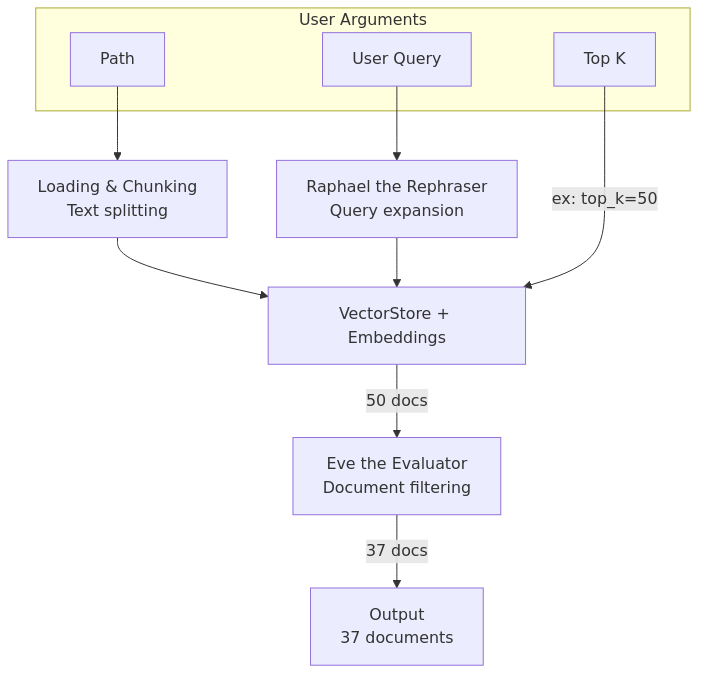
The Mermaid diagram images/diagram_search.png in thiswillbeyourgithub/wdoc, before a commit. Its source is kept beside it as images/diagram_search.mmd. Its diagram source:
```mermaid
flowchart TD
    subgraph Inputs["User Arguments"]
        Path["Path"]
        TopK["Top K"]
        UserQuery["User Query"]
    end

    VectorStoreEmbeddings["VectorStore + Embeddings"]
    Chunker["Loading & Chunking<br/>Text splitting"]

    Path --> Chunker
    Chunker --> VectorStoreEmbeddings

    SearchOutput["Output<br/>37 documents"]
    Raphael["Raphael the Rephraser<br/>Query expansion"]
    Eve["Eve the Evaluator<br/>Document filtering"]

    UserQuery --> Raphael
    Raphael --> VectorStoreEmbeddings
    TopK -->|ex: top_k=50| VectorStoreEmbeddings
    VectorStoreEmbeddings -->|50 docs| Eve
    Eve -->|37 docs| SearchOutput
```
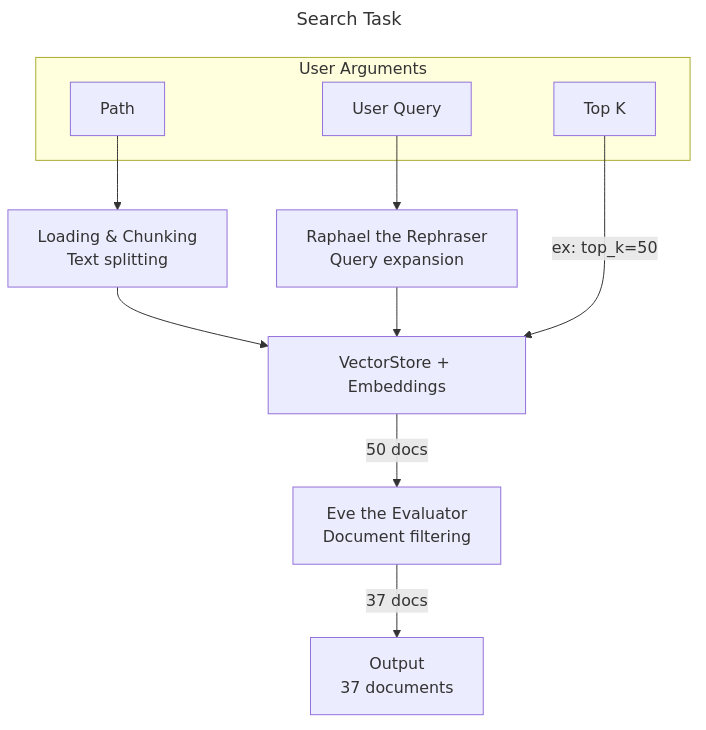
The same diagram one commit later.

Commit message:
add title to the mermaid diagrams

The edit, as a diff of the source:
```diff
@@ -1,3 +1,7 @@
+---
+title: Search Task
+---
+
 flowchart TD
     subgraph Inputs["User Arguments"]
         Path["Path"]
```
